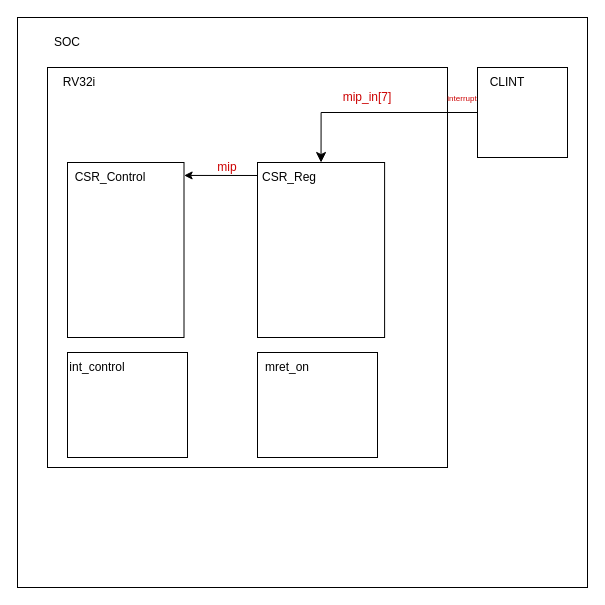
Above: risc.drawio in Mohammad-Almatrafi/FinalTapeout (draw.io), before the change. Source tidied: cells renumbered, new cells numbered last; positions are measured from the earlier drawing's top-left corner, leaving out a move shared by most shapes. Both pictures are drawn from the tidied source at 100%, with x=0, y=0 at pixel (17, 17).
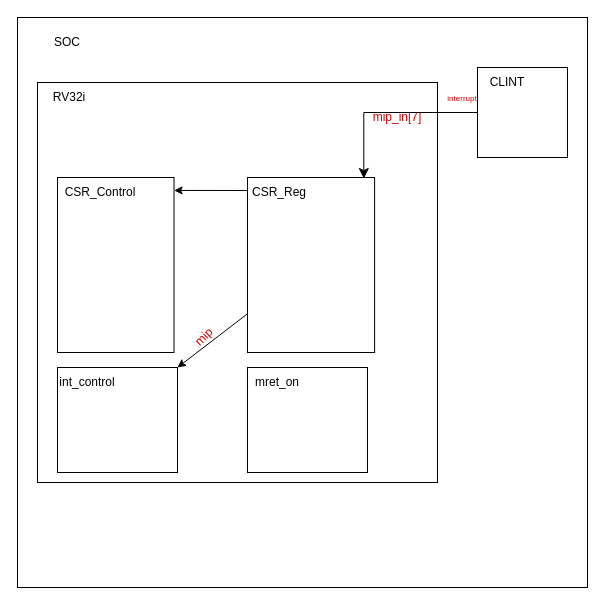
Above is the later version.

Unchanged cells that the change refers to:
```xml
<mxCell id="5" style="whiteSpace=wrap;html=1;" parent="4" vertex="1">
  <mxGeometry width="90" height="90" as="geometry" />
</mxCell>
<mxCell id="14" style="rounded=0;whiteSpace=wrap;html=1;" parent="13" vertex="1">
  <mxGeometry width="127.1" height="175" as="geometry" />
</mxCell>
<mxCell id="19" style="rounded=0;whiteSpace=wrap;html=1;" parent="7" vertex="1">
  <mxGeometry x="20" y="285" width="120" height="105" as="geometry" />
</mxCell>
```

Diff of the diagram source:
```diff
@@
     <mxCell id="7" style="group;" parent="1" vertex="1">
-      <mxGeometry x="30" y="50" width="400" height="400" as="geometry" />
+      <mxGeometry x="20" y="65" width="400" height="400" as="geometry" />
     </mxCell>
@@
     <mxCell id="16" value="&lt;font style=&quot;color: rgb(204, 0, 0);&quot;&gt;mip_in[7]&lt;/font&gt;" style="text;html=1;align=center;verticalAlign=middle;whiteSpace=wrap;rounded=0;" parent="7" vertex="1">
-      <mxGeometry x="290" y="15" width="60" height="30" as="geometry" />
+      <mxGeometry x="330" y="20" width="60" height="30" as="geometry" />
     </mxCell>
@@
-    <mxCell id="18" value="&lt;font style=&quot;color: rgb(204, 0, 0);&quot;&gt;mip&lt;/font&gt;" style="text;html=1;align=center;verticalAlign=middle;whiteSpace=wrap;rounded=0;" parent="7" vertex="1">
-      <mxGeometry x="150" y="85" width="60" height="30" as="geometry" />
-    </mxCell>
@@
+    <mxCell id="25" style="edgeStyle=none;html=1;entryX=1;entryY=0;entryDx=0;entryDy=0;" parent="7" edge="1" source="14" target="19">
+      <mxGeometry relative="1" as="geometry" />
+    </mxCell>
+    <mxCell id="18" value="&lt;font style=&quot;color: rgb(204, 0, 0);&quot;&gt;mip&lt;/font&gt;" style="text;html=1;align=center;verticalAlign=middle;whiteSpace=wrap;rounded=0;rotation=-45;" parent="7" vertex="1">
+      <mxGeometry x="136.5" y="240" width="60" height="30" as="geometry" />
+    </mxCell>
-    <mxCell id="23" style="edgeStyle=segmentEdgeStyle;endArrow=classic;html=1;curved=0;rounded=0;endSize=8;startSize=8;exitX=0;exitY=0.5;exitDx=0;exitDy=0;entryX=0.5;entryY=0;entryDx=0;entryDy=0;" parent="1" edge="1" source="5" target="14">
+    <mxCell id="23" style="edgeStyle=segmentEdgeStyle;endArrow=classic;html=1;curved=0;rounded=0;endSize=8;startSize=8;exitX=0;exitY=0.5;exitDx=0;exitDy=0;entryX=0.915;entryY=0.006;entryDx=0;entryDy=0;entryPerimeter=0;" parent="1" edge="1" source="5" target="14">
       <mxGeometry relative="1" as="geometry" />
     </mxCell>
```
